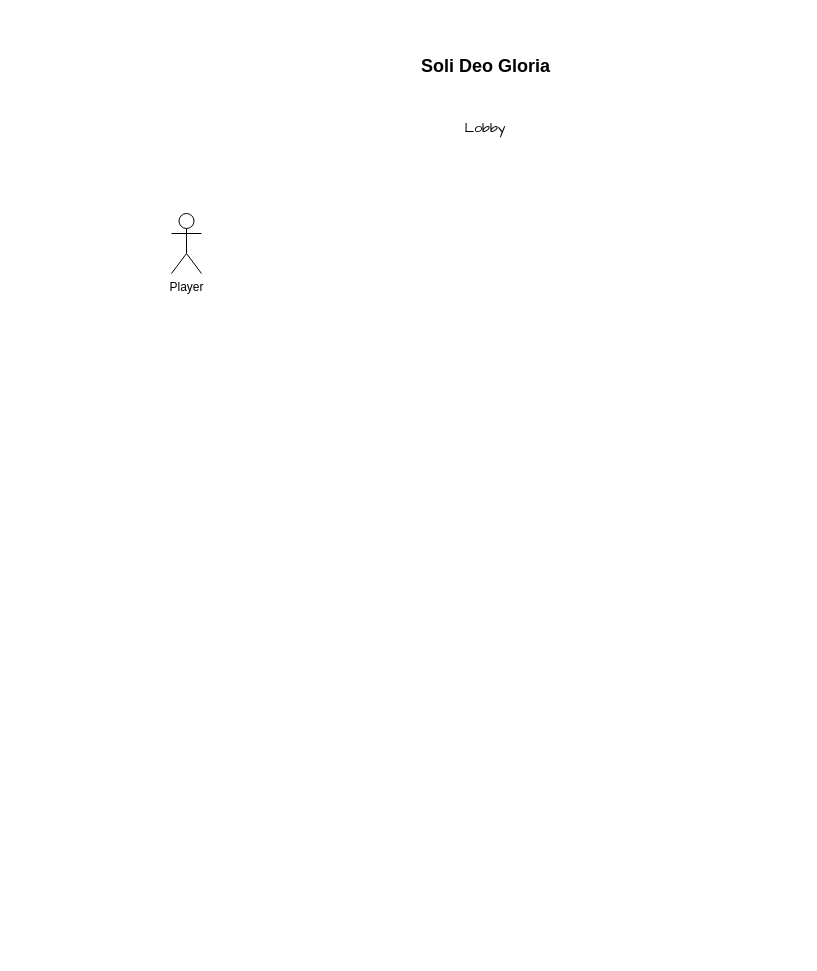
Before: Diagrama Lobby.drawio in DEV-0ne-Jao/Projeto-Integrador, a draw.io diagram. Source tidied: cells renumbered, new cells numbered last; positions are measured from the earlier drawing's top-left corner, leaving out a move shared by most shapes. Both pictures are drawn from the tidied source at 100%, with x=0, y=0 at pixel (171, 53).
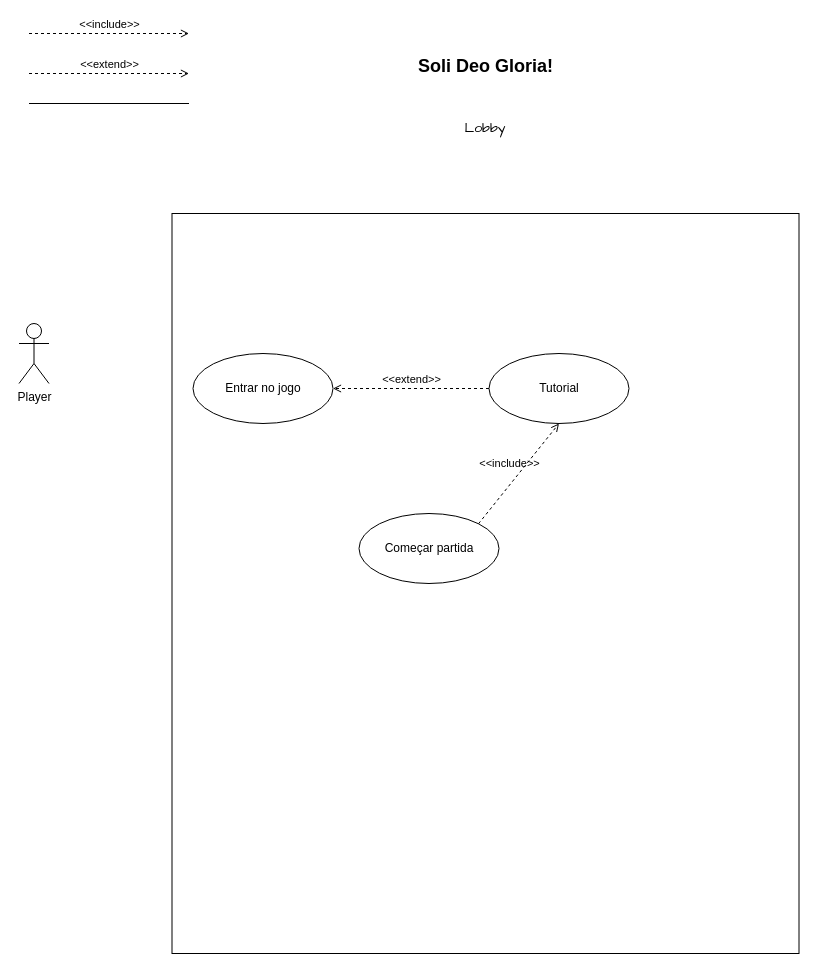
The same page after the edit.

Diff of the diagram source:
```diff
@@
 <mxGraphModel>
   <root>
     <mxCell id="0" />
     <mxCell id="1" parent="0" />
     <mxCell id="2" value="&lt;font face=&quot;Comic Sans MS&quot; style=&quot;font-size: 14px;&quot;&gt;Lobby&lt;/font&gt;" style="text;html=1;align=center;verticalAlign=middle;whiteSpace=wrap;rounded=0;" parent="1" vertex="1">
       <mxGeometry x="284" y="60" width="60" height="30" as="geometry" />
     </mxCell>
-    <mxCell id="3" value="&lt;font style=&quot;font-size: 18px;&quot;&gt;Soli Deo Gloria&lt;/font&gt;" style="text;align=center;fontStyle=1;verticalAlign=middle;spacingLeft=3;spacingRight=3;strokeColor=none;html=1;" parent="1" vertex="1">
+    <mxCell id="3" value="&lt;font style=&quot;font-size: 18px;&quot;&gt;Soli Deo Gloria!&lt;/font&gt;" style="text;align=center;fontStyle=1;verticalAlign=middle;spacingLeft=3;spacingRight=3;strokeColor=none;html=1;" parent="1" vertex="1">
       <mxGeometry x="274" width="80" height="26" as="geometry" />
     </mxCell>
     <mxCell id="4" value="Player" style="shape=umlActor;verticalLabelPosition=bottom;verticalAlign=top;html=1;" parent="1" vertex="1">
-      <mxGeometry y="160" width="30" height="60" as="geometry" />
+      <mxGeometry x="-152.5" y="270" width="30" height="60" as="geometry" />
     </mxCell>
+    <mxCell id="5" style="rounded=0;whiteSpace=wrap;html=1;" parent="1" vertex="1">
+      <mxGeometry x="0.5" y="160" width="627" height="740" as="geometry" />
+    </mxCell>
+    <mxCell id="6" value="Começar partida" style="ellipse;whiteSpace=wrap;html=1;" parent="1" vertex="1">
+      <mxGeometry x="187.5" y="460" width="140" height="70" as="geometry" />
+    </mxCell>
+    <mxCell id="7" value="Entrar no jogo" style="ellipse;whiteSpace=wrap;html=1;" parent="1" vertex="1">
+      <mxGeometry x="21.5" y="300" width="140" height="70" as="geometry" />
+    </mxCell>
+    <mxCell id="8" value="&amp;lt;&amp;lt;include&amp;gt;&amp;gt;" style="html=1;verticalAlign=bottom;labelBackgroundColor=none;endArrow=open;endFill=0;dashed=1;rounded=0;" parent="1" edge="1">
+      <mxGeometry relative="1" as="geometry">
+        <mxPoint x="-142.5" y="-20" as="sourcePoint" />
+        <mxPoint x="17.5" y="-20" as="targetPoint" />
+      </mxGeometry>
+    </mxCell>
+    <mxCell id="9" value="&amp;lt;&amp;lt;extend&amp;gt;&amp;gt;" style="html=1;verticalAlign=bottom;labelBackgroundColor=none;endArrow=open;endFill=0;dashed=1;rounded=0;" parent="1" edge="1">
+      <mxGeometry relative="1" as="geometry">
+        <mxPoint x="-142.5" y="20" as="sourcePoint" />
+        <mxPoint x="17.5" y="20" as="targetPoint" />
+      </mxGeometry>
+    </mxCell>
+    <mxCell id="10" style="endArrow=none;html=1;edgeStyle=orthogonalEdgeStyle;rounded=0;" parent="1" edge="1">
+      <mxGeometry relative="1" as="geometry">
+        <mxPoint x="-142.5" y="50" as="sourcePoint" />
+        <mxPoint x="17.5" y="50" as="targetPoint" />
+      </mxGeometry>
+    </mxCell>
+    <mxCell id="11" value="Tutorial" style="ellipse;whiteSpace=wrap;html=1;" parent="1" vertex="1">
+      <mxGeometry x="317.5" y="300" width="140" height="70" as="geometry" />
+    </mxCell>
+    <mxCell id="12" value="&amp;lt;&amp;lt;extend&amp;gt;&amp;gt;" style="html=1;verticalAlign=bottom;labelBackgroundColor=none;endArrow=open;endFill=0;dashed=1;rounded=0;exitX=0;exitY=0.5;exitDx=0;exitDy=0;entryX=1;entryY=0.5;entryDx=0;entryDy=0;" parent="1" edge="1" source="11" target="7">
+      <mxGeometry relative="1" as="geometry" />
+    </mxCell>
+    <mxCell id="13" value="&amp;lt;&amp;lt;include&amp;gt;&amp;gt;" style="html=1;verticalAlign=bottom;labelBackgroundColor=none;endArrow=open;endFill=0;dashed=1;rounded=0;exitX=1;exitY=0;exitDx=0;exitDy=0;entryX=0.5;entryY=1;entryDx=0;entryDy=0;" parent="1" edge="1" source="6" target="11">
+      <mxGeometry x="-0.09" y="8" relative="1" as="geometry" />
+    </mxCell>
   </root>
 </mxGraphModel>
```
